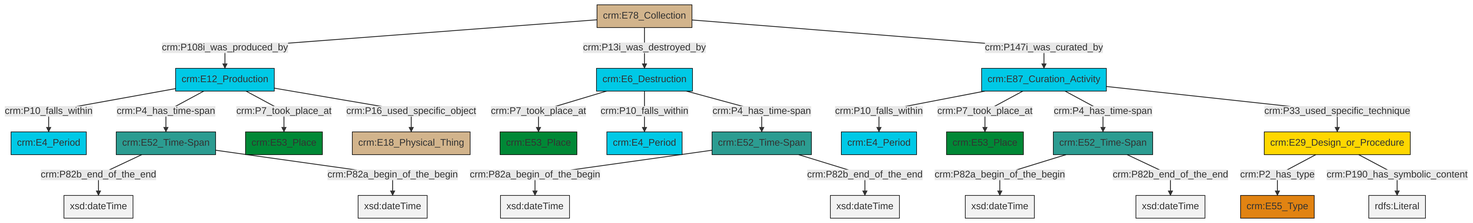
Earlier version of the Mermaid export et/archivalCSV/ttl/mmd/png/archival_existence.png (swiss-art-research-net/docs.swissartresearch). Its source is kept beside it as et/archivalCSV/ttl/mmd/archival_existence.ttl.mmd.
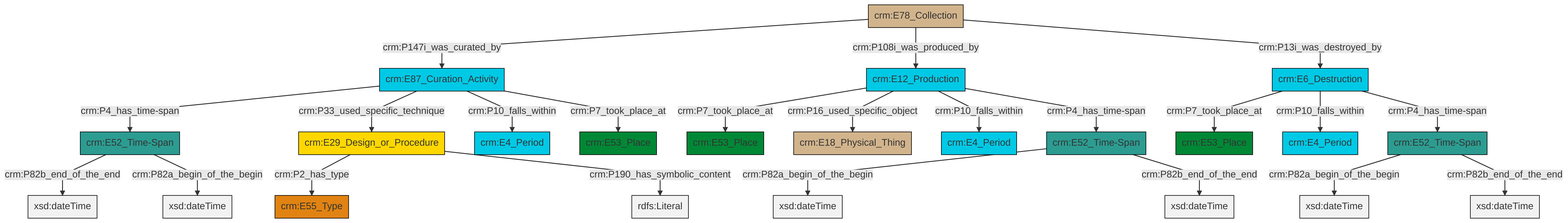
The same file after the commit.

What changed in the source:
```diff
@@ -13,25 +13,25 @@
 classDef PC_Classes fill:#4ce600, stroke:#000000;
 classDef Multi fill:#cccccc,stroke:#000000;
 
-0["crm:E12_Production"]:::Temporal_Entity -->|crm:P10_falls_within| 1["crm:E4_Period"]:::Temporal_Entity
-0["crm:E12_Production"]:::Temporal_Entity -->|crm:P4_has_time-span| 2["crm:E52_Time-Span"]:::Time-Span
-5["crm:E78_Collection"]:::Physical_Thing -->|crm:P108i_was_produced_by| 0["crm:E12_Production"]:::Temporal_Entity
-2["crm:E52_Time-Span"]:::Time-Span -->|crm:P82b_end_of_the_end| 8[xsd:dateTime]:::Literal
-9["crm:E29_Design_or_Procedure"]:::Conceptual_Object -->|crm:P2_has_type| 10["crm:E55_Type"]:::Type
-6["crm:E52_Time-Span"]:::Time-Span -->|crm:P82a_begin_of_the_begin| 11[xsd:dateTime]:::Literal
-2["crm:E52_Time-Span"]:::Time-Span -->|crm:P82a_begin_of_the_begin| 16[xsd:dateTime]:::Literal
-17["crm:E6_Destruction"]:::Temporal_Entity -->|crm:P7_took_place_at| 18["crm:E53_Place"]:::Place
-6["crm:E52_Time-Span"]:::Time-Span -->|crm:P82b_end_of_the_end| 24[xsd:dateTime]:::Literal
-12["crm:E87_Curation_Activity"]:::Temporal_Entity -->|crm:P10_falls_within| 25["crm:E4_Period"]:::Temporal_Entity
-0["crm:E12_Production"]:::Temporal_Entity -->|crm:P7_took_place_at| 3["crm:E53_Place"]:::Place
-12["crm:E87_Curation_Activity"]:::Temporal_Entity -->|crm:P7_took_place_at| 28["crm:E53_Place"]:::Place
-9["crm:E29_Design_or_Procedure"]:::Conceptual_Object -->|crm:P190_has_symbolic_content| 31[rdfs:Literal]:::Literal
-29["crm:E52_Time-Span"]:::Time-Span -->|crm:P82a_begin_of_the_begin| 33[xsd:dateTime]:::Literal
-12["crm:E87_Curation_Activity"]:::Temporal_Entity -->|crm:P4_has_time-span| 6["crm:E52_Time-Span"]:::Time-Span
-5["crm:E78_Collection"]:::Physical_Thing -->|crm:P13i_was_destroyed_by| 17["crm:E6_Destruction"]:::Temporal_Entity
-29["crm:E52_Time-Span"]:::Time-Span -->|crm:P82b_end_of_the_end| 36[xsd:dateTime]:::Literal
-5["crm:E78_Collection"]:::Physical_Thing -->|crm:P147i_was_curated_by| 12["crm:E87_Curation_Activity"]:::Temporal_Entity
-12["crm:E87_Curation_Activity"]:::Temporal_Entity -->|crm:P33_used_specific_technique| 9["crm:E29_Design_or_Procedure"]:::Conceptual_Object
-0["crm:E12_Production"]:::Temporal_Entity -->|crm:P16_used_specific_object| 21["crm:E18_Physical_Thing"]:::Physical_Thing
-17["crm:E6_Destruction"]:::Temporal_Entity -->|crm:P10_falls_within| 14["crm:E4_Period"]:::Temporal_Entity
-17["crm:E6_Destruction"]:::Temporal_Entity -->|crm:P4_has_time-span| 29["crm:E52_Time-Span"]:::Time-Span
+0["crm:E12_Production"]:::Temporal_Entity -->|crm:P7_took_place_at| 1["crm:E53_Place"]:::Place
+4["crm:E52_Time-Span"]:::Time-Span -->|crm:P82a_begin_of_the_begin| 5[xsd:dateTime]:::Literal
+6["crm:E78_Collection"]:::Physical_Thing -->|crm:P147i_was_curated_by| 7["crm:E87_Curation_Activity"]:::Temporal_Entity
+7["crm:E87_Curation_Activity"]:::Temporal_Entity -->|crm:P4_has_time-span| 8["crm:E52_Time-Span"]:::Time-Span
+8["crm:E52_Time-Span"]:::Time-Span -->|crm:P82b_end_of_the_end| 12[xsd:dateTime]:::Literal
+14["crm:E6_Destruction"]:::Temporal_Entity -->|crm:P7_took_place_at| 15["crm:E53_Place"]:::Place
+8["crm:E52_Time-Span"]:::Time-Span -->|crm:P82a_begin_of_the_begin| 16[xsd:dateTime]:::Literal
+9["crm:E52_Time-Span"]:::Time-Span -->|crm:P82a_begin_of_the_begin| 17[xsd:dateTime]:::Literal
+0["crm:E12_Production"]:::Temporal_Entity -->|crm:P16_used_specific_object| 18["crm:E18_Physical_Thing"]:::Physical_Thing
+14["crm:E6_Destruction"]:::Temporal_Entity -->|crm:P10_falls_within| 2["crm:E4_Period"]:::Temporal_Entity
+4["crm:E52_Time-Span"]:::Time-Span -->|crm:P82b_end_of_the_end| 21[xsd:dateTime]:::Literal
+6["crm:E78_Collection"]:::Physical_Thing -->|crm:P108i_was_produced_by| 0["crm:E12_Production"]:::Temporal_Entity
+26["crm:E29_Design_or_Procedure"]:::Conceptual_Object -->|crm:P2_has_type| 23["crm:E55_Type"]:::Type
+9["crm:E52_Time-Span"]:::Time-Span -->|crm:P82b_end_of_the_end| 27[xsd:dateTime]:::Literal
+26["crm:E29_Design_or_Procedure"]:::Conceptual_Object -->|crm:P190_has_symbolic_content| 28[rdfs:Literal]:::Literal
+14["crm:E6_Destruction"]:::Temporal_Entity -->|crm:P4_has_time-span| 4["crm:E52_Time-Span"]:::Time-Span
+0["crm:E12_Production"]:::Temporal_Entity -->|crm:P10_falls_within| 29["crm:E4_Period"]:::Temporal_Entity
+7["crm:E87_Curation_Activity"]:::Temporal_Entity -->|crm:P33_used_specific_technique| 26["crm:E29_Design_or_Procedure"]:::Conceptual_Object
+7["crm:E87_Curation_Activity"]:::Temporal_Entity -->|crm:P10_falls_within| 35["crm:E4_Period"]:::Temporal_Entity
+6["crm:E78_Collection"]:::Physical_Thing -->|crm:P13i_was_destroyed_by| 14["crm:E6_Destruction"]:::Temporal_Entity
+7["crm:E87_Curation_Activity"]:::Temporal_Entity -->|crm:P7_took_place_at| 19["crm:E53_Place"]:::Place
+0["crm:E12_Production"]:::Temporal_Entity -->|crm:P4_has_time-span| 9["crm:E52_Time-Span"]:::Time-Span
```
